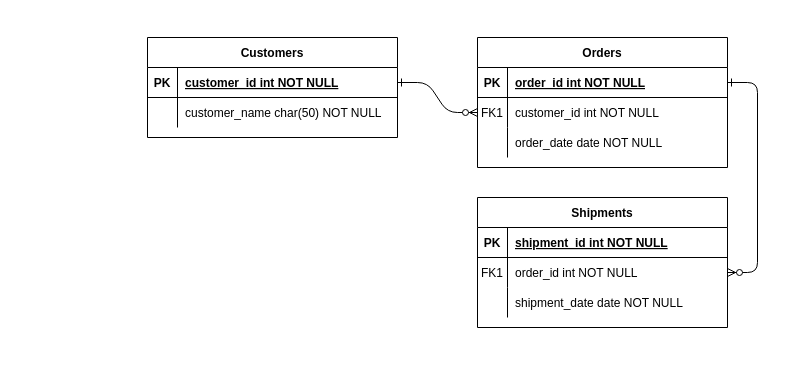
Above: 电销系统ER图.drawio in yuanlj-tea/picgo (draw.io), before the change. Source tidied: cells renumbered, new cells numbered last; positions are measured from the earlier drawing's top-left corner, leaving out a move shared by most shapes. Both pictures are drawn from the tidied source at 100%, with x=0, y=0 at pixel (147, 37).
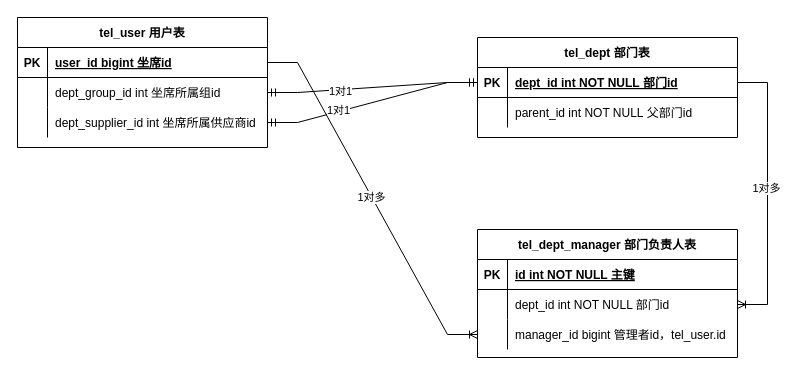
Above is the later version.

Commit message (it also covers changes not shown here):
更新电销系统ER图.drawio

The change refers to these unchanged cells:
```xml
<mxCell id="25" style="shape=partialRectangle;fillColor=none;points=[[0,0.5],[1,0.5]];portConstraint=eastwest;top=0;left=0;right=0;bottom=1;" parent="24" vertex="1">
  <mxGeometry y="30" width="250" height="30" as="geometry" />
</mxCell>
<mxCell id="28" style="shape=partialRectangle;fillColor=none;points=[[0,0.5],[1,0.5]];portConstraint=eastwest;top=0;left=0;right=0;bottom=0;" parent="24" vertex="1">
  <mxGeometry y="60" width="250" height="30" as="geometry" />
</mxCell>
```

Diff of the diagram source:
```diff
@@
-    <mxCell id="2" style="edgeStyle=entityRelationEdgeStyle;endArrow=ERzeroToMany;startArrow=ERone;endFill=1;startFill=0;" parent="1" edge="1" source="25" target="8">
-      <mxGeometry relative="1" as="geometry" />
-    </mxCell>
-    <mxCell id="3" style="edgeStyle=entityRelationEdgeStyle;endArrow=ERzeroToMany;startArrow=ERone;endFill=1;startFill=0;" parent="1" edge="1" source="5" target="18">
-      <mxGeometry relative="1" as="geometry" />
-    </mxCell>
-    <mxCell id="4" value="Orders" style="shape=table;startSize=30;childLayout=tableLayout;rowLines=0;fontStyle=1;align=center;" parent="1" vertex="1">
-      <mxGeometry x="330" width="250" height="130" as="geometry" />
+    <mxCell id="4" value="tel_dept 部门表" style="shape=table;startSize=30;childLayout=tableLayout;rowLines=0;fontStyle=1;align=center;" parent="1" vertex="1">
+      <mxGeometry x="330" width="260" height="100" as="geometry" />
     </mxCell>
     <mxCell id="5" style="shape=partialRectangle;fillColor=none;points=[[0,0.5],[1,0.5]];portConstraint=eastwest;top=0;left=0;right=0;bottom=1;" parent="4" vertex="1">
-      <mxGeometry y="30" width="250" height="30" as="geometry" />
+      <mxGeometry y="30" width="260" height="30" as="geometry" />
     </mxCell>
@@
-    <mxCell id="7" value="order_id int NOT NULL " style="shape=partialRectangle;overflow=hidden;fillColor=none;top=0;left=0;bottom=0;right=0;align=left;spacingLeft=6;fontStyle=5;" parent="5" vertex="1">
-      <mxGeometry x="30" width="220" height="30" as="geometry" />
+    <mxCell id="7" value="dept_id int NOT NULL 部门id" style="shape=partialRectangle;overflow=hidden;fillColor=none;top=0;left=0;bottom=0;right=0;align=left;spacingLeft=6;fontStyle=5;" parent="5" vertex="1">
+      <mxGeometry x="30" width="230" height="30" as="geometry" />
     </mxCell>
     <mxCell id="8" style="shape=partialRectangle;fillColor=none;points=[[0,0.5],[1,0.5]];portConstraint=eastwest;top=0;left=0;right=0;bottom=0;" parent="4" vertex="1">
-      <mxGeometry y="60" width="250" height="30" as="geometry" />
+      <mxGeometry y="60" width="260" height="30" as="geometry" />
     </mxCell>
-    <mxCell id="9" value="FK1" style="shape=partialRectangle;overflow=hidden;fillColor=none;top=0;left=0;bottom=0;right=0;" parent="8" vertex="1">
+    <mxCell id="9" style="shape=partialRectangle;overflow=hidden;fillColor=none;top=0;left=0;bottom=0;right=0;" parent="8" vertex="1">
       <mxGeometry width="30" height="30" as="geometry" />
     </mxCell>
-    <mxCell id="10" value="customer_id int NOT NULL" style="shape=partialRectangle;overflow=hidden;fillColor=none;top=0;left=0;bottom=0;right=0;align=left;spacingLeft=6;" parent="8" vertex="1">
-      <mxGeometry x="30" width="220" height="30" as="geometry" />
+    <mxCell id="10" value="parent_id int NOT NULL 父部门id" style="shape=partialRectangle;overflow=hidden;fillColor=none;top=0;left=0;bottom=0;right=0;align=left;spacingLeft=6;" parent="8" vertex="1">
+      <mxGeometry x="30" width="230" height="30" as="geometry" />
     </mxCell>
-    <mxCell id="11" style="shape=partialRectangle;fillColor=none;points=[[0,0.5],[1,0.5]];portConstraint=eastwest;top=0;left=0;right=0;bottom=0;" parent="4" vertex="1">
-      <mxGeometry y="90" width="250" height="30" as="geometry" />
-    </mxCell>
-    <mxCell id="12" style="shape=partialRectangle;overflow=hidden;fillColor=none;top=0;left=0;bottom=0;right=0;" parent="11" vertex="1">
-      <mxGeometry width="30" height="30" as="geometry" />
-    </mxCell>
-    <mxCell id="13" value="order_date date NOT NULL" style="shape=partialRectangle;overflow=hidden;fillColor=none;top=0;left=0;bottom=0;right=0;align=left;spacingLeft=6;" parent="11" vertex="1">
-      <mxGeometry x="30" width="220" height="30" as="geometry" />
-    </mxCell>
-    <mxCell id="14" value="Shipments" style="shape=table;startSize=30;childLayout=tableLayout;rowLines=0;fontStyle=1;align=center;" parent="1" vertex="1">
-      <mxGeometry x="330" y="160" width="250" height="130" as="geometry" />
+    <mxCell id="14" value="tel_dept_manager 部门负责人表" style="shape=table;startSize=30;childLayout=tableLayout;rowLines=0;fontStyle=1;align=center;" parent="1" vertex="1">
+      <mxGeometry x="330" y="192" width="260" height="128" as="geometry" />
     </mxCell>
     <mxCell id="15" style="shape=partialRectangle;fillColor=none;top=0;left=0;right=0;bottom=1;" parent="14" vertex="1">
-      <mxGeometry y="30" width="250" height="30" as="geometry" />
+      <mxGeometry y="30" width="260" height="30" as="geometry" />
     </mxCell>
@@
-    <mxCell id="17" value="shipment_id int NOT NULL " style="shape=partialRectangle;overflow=hidden;fillColor=none;top=0;left=0;bottom=0;right=0;align=left;spacingLeft=6;fontStyle=5;" parent="15" vertex="1">
-      <mxGeometry x="30" width="220" height="30" as="geometry" />
+    <mxCell id="17" value="id int NOT NULL 主键" style="shape=partialRectangle;overflow=hidden;fillColor=none;top=0;left=0;bottom=0;right=0;align=left;spacingLeft=6;fontStyle=5;" parent="15" vertex="1">
+      <mxGeometry x="30" width="230" height="30" as="geometry" />
     </mxCell>
     <mxCell id="18" style="shape=partialRectangle;fillColor=none;points=[[0,0.5],[1,0.5]];portConstraint=eastwest;top=0;left=0;right=0;bottom=0;" parent="14" vertex="1">
-      <mxGeometry y="60" width="250" height="30" as="geometry" />
+      <mxGeometry y="60" width="260" height="30" as="geometry" />
     </mxCell>
-    <mxCell id="19" value="FK1" style="shape=partialRectangle;overflow=hidden;fillColor=none;top=0;left=0;bottom=0;right=0;" parent="18" vertex="1">
+    <mxCell id="19" style="shape=partialRectangle;overflow=hidden;fillColor=none;top=0;left=0;bottom=0;right=0;" parent="18" vertex="1">
       <mxGeometry width="30" height="30" as="geometry" />
     </mxCell>
-    <mxCell id="20" value="order_id int NOT NULL" style="shape=partialRectangle;overflow=hidden;fillColor=none;top=0;left=0;bottom=0;right=0;align=left;spacingLeft=6;" parent="18" vertex="1">
-      <mxGeometry x="30" width="220" height="30" as="geometry" />
+    <mxCell id="20" value="dept_id int NOT NULL 部门id" style="shape=partialRectangle;overflow=hidden;fillColor=none;top=0;left=0;bottom=0;right=0;align=left;spacingLeft=6;" parent="18" vertex="1">
+      <mxGeometry x="30" width="230" height="30" as="geometry" />
     </mxCell>
     <mxCell id="21" style="shape=partialRectangle;fillColor=none;points=[[0,0.5],[1,0.5]];portConstraint=eastwest;top=0;left=0;right=0;bottom=0;" parent="14" vertex="1">
-      <mxGeometry y="90" width="250" height="30" as="geometry" />
+      <mxGeometry y="90" width="260" height="30" as="geometry" />
     </mxCell>
@@
-    <mxCell id="23" value="shipment_date date NOT NULL" style="shape=partialRectangle;overflow=hidden;fillColor=none;top=0;left=0;bottom=0;right=0;align=left;spacingLeft=6;" parent="21" vertex="1">
-      <mxGeometry x="30" width="220" height="30" as="geometry" />
+    <mxCell id="23" value="manager_id bigint 管理者id，tel_user.id" style="shape=partialRectangle;overflow=hidden;fillColor=none;top=0;left=0;bottom=0;right=0;align=left;spacingLeft=6;" parent="21" vertex="1">
+      <mxGeometry x="30" width="230" height="30" as="geometry" />
     </mxCell>
-    <mxCell id="24" value="Customers" style="shape=table;startSize=30;childLayout=tableLayout;rowLines=0;fontStyle=1;align=center;" parent="1" vertex="1">
-      <mxGeometry width="250" height="100" as="geometry" />
+    <mxCell id="24" value="tel_user 用户表" style="shape=table;startSize=30;childLayout=tableLayout;rowLines=0;fontStyle=1;align=center;" parent="1" vertex="1">
+      <mxGeometry x="-130" y="-20" width="250" height="130" as="geometry" />
     </mxCell>
@@
-    <mxCell id="27" value="customer_id int NOT NULL " style="shape=partialRectangle;overflow=hidden;fillColor=none;top=0;left=0;bottom=0;right=0;align=left;spacingLeft=6;fontStyle=5;" parent="25" vertex="1">
+    <mxCell id="27" value="user_id bigint 坐席id" style="shape=partialRectangle;overflow=hidden;fillColor=none;top=0;left=0;bottom=0;right=0;align=left;spacingLeft=6;fontStyle=5;" parent="25" vertex="1">
       <mxGeometry x="30" width="220" height="30" as="geometry" />
     </mxCell>
@@
-    <mxCell id="30" value="customer_name char(50) NOT NULL" style="shape=partialRectangle;overflow=hidden;fillColor=none;top=0;left=0;bottom=0;right=0;align=left;spacingLeft=6;" parent="28" vertex="1">
+    <mxCell id="30" value="dept_group_id int 坐席所属组id" style="shape=partialRectangle;overflow=hidden;fillColor=none;top=0;left=0;bottom=0;right=0;align=left;spacingLeft=6;" parent="28" vertex="1">
       <mxGeometry x="30" width="220" height="30" as="geometry" />
     </mxCell>
+    <mxCell id="11" style="shape=partialRectangle;fillColor=none;points=[[0,0.5],[1,0.5]];portConstraint=eastwest;top=0;left=0;right=0;bottom=0;" parent="24" vertex="1">
+      <mxGeometry y="90" width="250" height="30" as="geometry" />
+    </mxCell>
+    <mxCell id="12" style="shape=partialRectangle;overflow=hidden;fillColor=none;top=0;left=0;bottom=0;right=0;" parent="11" vertex="1">
+      <mxGeometry width="30" height="30" as="geometry" />
+    </mxCell>
+    <mxCell id="31" value="dept_supplier_id int 坐席所属供应商id" style="shape=partialRectangle;overflow=hidden;fillColor=none;top=0;left=0;bottom=0;right=0;align=left;spacingLeft=6;" parent="11" vertex="1">
+      <mxGeometry x="30" width="220" height="30" as="geometry" />
+    </mxCell>
+    <mxCell id="32" style="edgeStyle=entityRelationEdgeStyle;fontSize=12;html=1;endArrow=ERmandOne;startArrow=ERmandOne;rounded=0;exitX=1;exitY=0.5;exitDx=0;exitDy=0;entryX=0;entryY=0.5;entryDx=0;entryDy=0;" parent="1" edge="1" source="28" target="5">
+      <mxGeometry relative="1" as="geometry" />
+    </mxCell>
+    <mxCell id="33" value="1对1" style="edgeLabel;html=1;align=center;verticalAlign=middle;" parent="32" vertex="1">
+      <mxGeometry x="-0.31" y="-1" relative="1" as="geometry" />
+    </mxCell>
+    <mxCell id="34" style="edgeStyle=entityRelationEdgeStyle;fontSize=12;html=1;endArrow=ERmandOne;startArrow=ERmandOne;rounded=0;exitX=1;exitY=0.5;exitDx=0;exitDy=0;entryX=0;entryY=0.5;entryDx=0;entryDy=0;" parent="1" edge="1" source="11" target="5">
+      <mxGeometry relative="1" as="geometry" />
+    </mxCell>
+    <mxCell id="35" value="1对1" style="edgeLabel;html=1;align=center;verticalAlign=middle;" parent="34" vertex="1">
+      <mxGeometry x="-0.33" y="1" relative="1" as="geometry">
+        <mxPoint y="-1" as="offset" />
+      </mxGeometry>
+    </mxCell>
+    <mxCell id="3" style="edgeStyle=entityRelationEdgeStyle;fontSize=12;html=1;endArrow=ERoneToMany;rounded=0;exitX=1;exitY=0.5;exitDx=0;exitDy=0;entryX=1;entryY=0.5;entryDx=0;entryDy=0;" parent="1" edge="1" source="5" target="18">
+      <mxGeometry relative="1" as="geometry" />
+    </mxCell>
+    <mxCell id="36" value="1对多" style="edgeLabel;html=1;align=center;verticalAlign=middle;" parent="3" vertex="1">
+      <mxGeometry x="-0.04" y="-2" relative="1" as="geometry" />
+    </mxCell>
+    <mxCell id="37" style="edgeStyle=entityRelationEdgeStyle;fontSize=12;html=1;endArrow=ERoneToMany;rounded=0;exitX=1;exitY=0.5;exitDx=0;exitDy=0;entryX=0;entryY=0.5;entryDx=0;entryDy=0;" parent="1" edge="1" source="25" target="21">
+      <mxGeometry relative="1" as="geometry">
+        <Array as="points">
+          <mxPoint x="-110" y="130" />
+          <mxPoint x="50" y="220" />
+          <mxPoint x="-120" y="170" />
+          <mxPoint x="310" y="320" />
+          <mxPoint x="20" y="240" />
+          <mxPoint x="-110" y="220" />
+          <mxPoint x="100" y="170" />
+        </Array>
+      </mxGeometry>
+    </mxCell>
+    <mxCell id="38" value="1对多" style="edgeLabel;html=1;align=center;verticalAlign=middle;" parent="37" vertex="1">
+      <mxGeometry x="-0.01" y="-1" relative="1" as="geometry" />
+    </mxCell>
```
